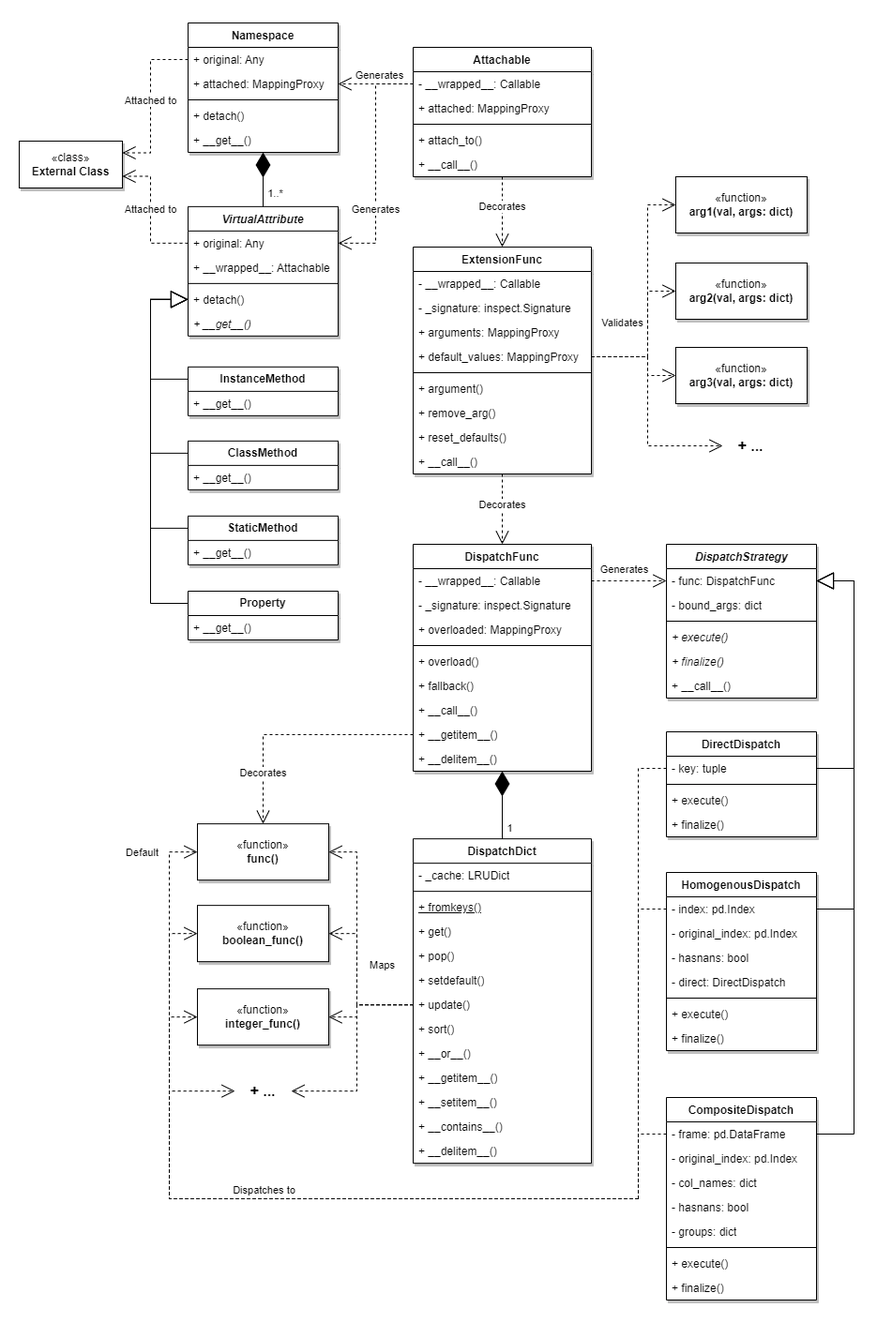
Earlier version of the draw.io export docs/source/images/decorators/Decorators_UML.png (eerkela/bertrand). Source tidied: cells renumbered, new cells last; positions are measured from the earlier drawing's top-left corner, leaving out a move shared by most shapes.
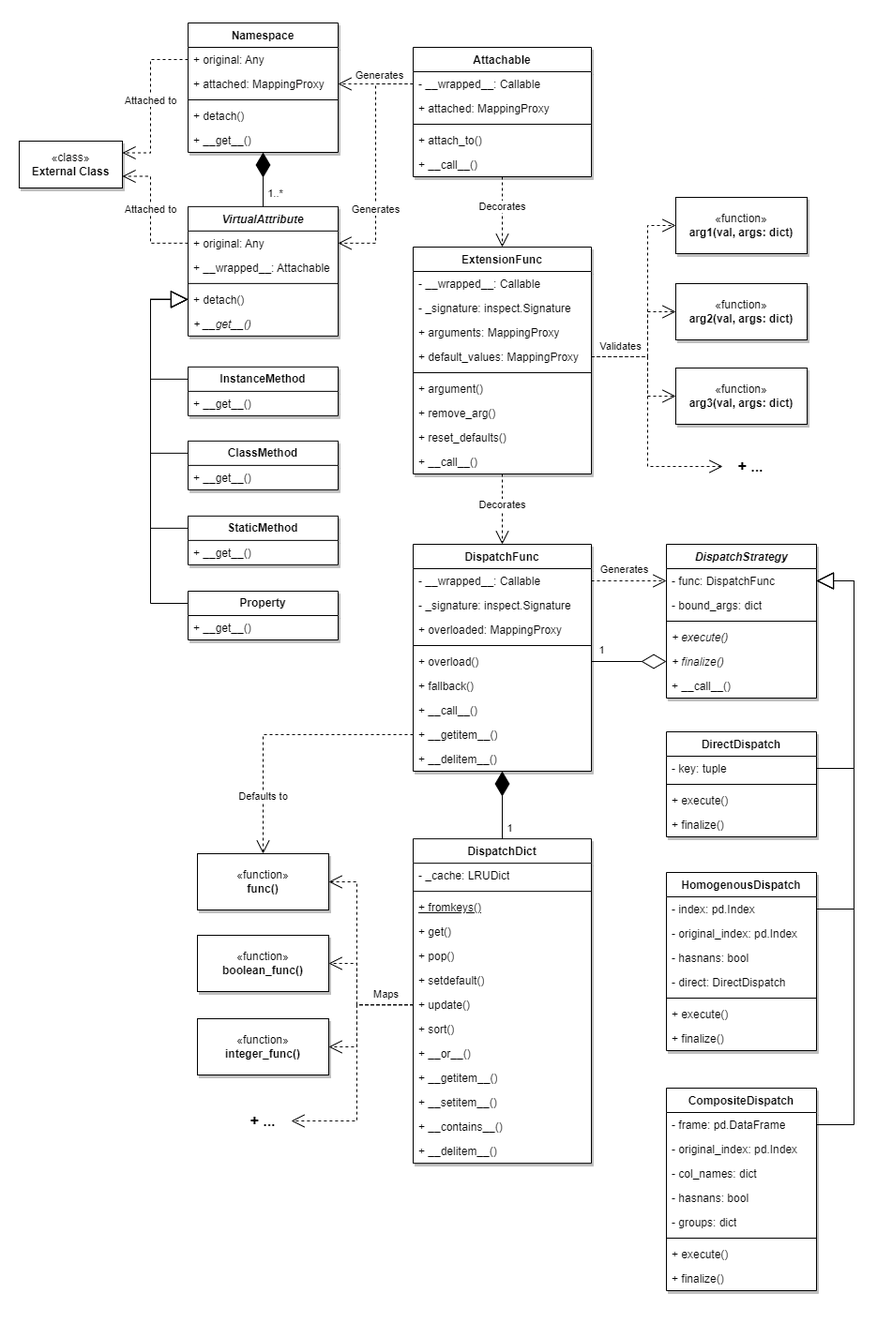
After the change.

What changed in the source:
```diff
@@ -37,16 +37,16 @@
       <mxGeometry y="216" width="190" height="26" as="geometry" />
     </mxCell>
     <mxCell id="14" value="«function»&lt;br&gt;&lt;b&gt;func()&lt;/b&gt;" style="html=1;whiteSpace=wrap;shadow=1;" parent="3" vertex="1">
-      <mxGeometry x="210" y="878.1" width="140" height="60" as="geometry" />
+      <mxGeometry x="210" y="910" width="140" height="60" as="geometry" />
     </mxCell>
     <mxCell id="15" value="«function»&lt;br&gt;&lt;b&gt;boolean_&lt;/b&gt;&lt;b style=&quot;border-color: var(--border-color);&quot;&gt;func&lt;/b&gt;&lt;b&gt;()&lt;/b&gt;" style="html=1;whiteSpace=wrap;shadow=1;" parent="3" vertex="1">
-      <mxGeometry x="210" y="965.1" width="140" height="60" as="geometry" />
+      <mxGeometry x="210" y="997" width="140" height="60" as="geometry" />
     </mxCell>
     <mxCell id="16" value="«function»&lt;br&gt;&lt;b&gt;integer_func()&lt;/b&gt;" style="html=1;whiteSpace=wrap;shadow=1;" parent="3" vertex="1">
-      <mxGeometry x="210" y="1054.1" width="140" height="60" as="geometry" />
+      <mxGeometry x="210" y="1086" width="140" height="60" as="geometry" />
     </mxCell>
     <mxCell id="17" value="&lt;font style=&quot;font-size: 16px;&quot;&gt;&lt;b&gt;+ ...&lt;/b&gt;&lt;/font&gt;" style="text;html=1;strokeColor=none;fillColor=none;align=center;verticalAlign=middle;whiteSpace=wrap;rounded=0;" parent="3" vertex="1">
-      <mxGeometry x="250" y="1148.1" width="60" height="30" as="geometry" />
+      <mxGeometry x="250" y="1180" width="60" height="30" as="geometry" />
     </mxCell>
     <mxCell id="18" style="endArrow=open;endSize=12;dashed=1;html=1;rounded=0;entryX=1;entryY=0.5;entryDx=0;entryDy=0;exitX=0;exitY=0.5;exitDx=0;exitDy=0;edgeStyle=elbowEdgeStyle;" parent="3" edge="1" source="30" target="15">
       <mxGeometry x="0.56" y="-20" relative="1" as="geometry">
@@ -166,7 +166,7 @@
       <mxGeometry y="164" width="160" height="26" as="geometry" />
     </mxCell>
     <mxCell id="50" value="CompositeDispatch" style="swimlane;fontStyle=1;align=center;verticalAlign=top;horizontal=1;startSize=26;whiteSpace=wrap;html=1;swimlaneFillColor=default;shadow=1;" parent="3" vertex="1">
-      <mxGeometry x="710" y="1170" width="160" height="216" as="geometry" />
+      <mxGeometry x="710" y="1160" width="160" height="216" as="geometry" />
     </mxCell>
     <mxCell id="51" value="- frame: pd.DataFrame" style="text;strokeColor=none;fillColor=none;align=left;verticalAlign=top;spacingLeft=4;spacingRight=4;overflow=hidden;points=[[0,0.5],[1,0.5]];portConstraint=eastwest;whiteSpace=wrap;html=1;" parent="50" vertex="1">
       <mxGeometry y="26" width="160" height="26" as="geometry" />
@@ -232,91 +232,13 @@
         <mxPoint x="8" y="10" as="offset" />
       </mxGeometry>
     </mxCell>
-    <mxCell id="66" style="endArrow=none;endSize=12;dashed=1;html=1;rounded=0;exitX=0;exitY=0.5;exitDx=0;exitDy=0;edgeStyle=elbowEdgeStyle;endFill=0;" parent="3" edge="1" source="38">
-      <mxGeometry x="-0.39" relative="1" as="geometry">
-        <mxPoint x="680" y="1280" as="targetPoint" />
-        <Array as="points">
-          <mxPoint x="680" y="1050" />
-          <mxPoint x="690" y="1110.1" />
-          <mxPoint x="380" y="1350.1" />
-          <mxPoint x="520" y="1350.1" />
-        </Array>
-      </mxGeometry>
-    </mxCell>
-    <mxCell id="67" style="endArrow=none;endSize=12;dashed=1;html=1;rounded=0;exitX=0;exitY=0.5;exitDx=0;exitDy=0;edgeStyle=elbowEdgeStyle;endFill=0;" parent="3" edge="1" source="43">
-      <mxGeometry x="-0.39" relative="1" as="geometry">
-        <mxPoint x="680" y="1280" as="targetPoint" />
-        <Array as="points">
-          <mxPoint x="680" y="1160" />
-          <mxPoint x="700" y="1120.1" />
-          <mxPoint x="390" y="1360.1" />
-          <mxPoint x="530" y="1360.1" />
-        </Array>
-      </mxGeometry>
-    </mxCell>
-    <mxCell id="68" style="endArrow=none;endSize=12;dashed=1;html=1;rounded=0;exitX=0;exitY=0.5;exitDx=0;exitDy=0;edgeStyle=elbowEdgeStyle;endFill=0;" parent="3" edge="1" source="51">
-      <mxGeometry x="-0.39" relative="1" as="geometry">
-        <mxPoint x="680" y="1280" as="targetPoint" />
-        <Array as="points">
-          <mxPoint x="680" y="1250" />
-          <mxPoint x="710" y="1130.1" />
-          <mxPoint x="400" y="1370.1" />
-          <mxPoint x="540" y="1370.1" />
-        </Array>
-      </mxGeometry>
-    </mxCell>
-    <mxCell id="69" style="endArrow=open;endSize=12;dashed=1;html=1;rounded=0;entryX=0;entryY=0.5;entryDx=0;entryDy=0;edgeStyle=elbowEdgeStyle;" parent="3" edge="1" target="16">
-      <mxGeometry x="0.92" y="-40" relative="1" as="geometry">
-        <mxPoint x="680" y="1278" as="sourcePoint" />
-        <Array as="points">
-          <mxPoint x="180" y="1178.1" />
-        </Array>
-        <mxPoint x="-40" y="-40" as="offset" />
-      </mxGeometry>
-    </mxCell>
-    <mxCell id="70" value="Dispatches to" style="edgeLabel;html=1;align=center;verticalAlign=middle;" parent="69" vertex="1">
-      <mxGeometry x="0.96" y="-1" relative="1" as="geometry">
-        <mxPoint x="85" y="183" as="offset" />
-      </mxGeometry>
-    </mxCell>
-    <mxCell id="71" value="Decorates" style="endArrow=open;endSize=12;dashed=1;html=1;rounded=0;entryX=0.5;entryY=0;entryDx=0;entryDy=0;exitX=0;exitY=0.5;exitDx=0;exitDy=0;edgeStyle=elbowEdgeStyle;" parent="3" edge="1" source="12" target="14">
+    <mxCell id="71" value="Defaults to" style="endArrow=open;endSize=12;dashed=1;html=1;rounded=0;entryX=0.5;entryY=0;entryDx=0;entryDy=0;exitX=0;exitY=0.5;exitDx=0;exitDy=0;edgeStyle=elbowEdgeStyle;" parent="3" edge="1" source="12" target="14">
       <mxGeometry x="0.58" relative="1" as="geometry">
         <Array as="points">
           <mxPoint x="280" y="790.1" />
         </Array>
       </mxGeometry>
     </mxCell>
-    <mxCell id="72" style="endArrow=open;endSize=12;dashed=1;html=1;rounded=0;entryX=0;entryY=0.5;entryDx=0;entryDy=0;edgeStyle=elbowEdgeStyle;" parent="3" edge="1" target="15">
-      <mxGeometry x="0.91" y="-40" relative="1" as="geometry">
-        <mxPoint x="680" y="1278" as="sourcePoint" />
-        <Array as="points">
-          <mxPoint x="180" y="1138.1" />
-        </Array>
-        <mxPoint x="-80" y="-1" as="offset" />
-      </mxGeometry>
-    </mxCell>
-    <mxCell id="73" style="endArrow=open;endSize=12;dashed=1;html=1;rounded=0;entryX=0;entryY=0.5;entryDx=0;entryDy=0;edgeStyle=elbowEdgeStyle;" parent="3" edge="1" target="14">
-      <mxGeometry x="0.93" y="-40" relative="1" as="geometry">
-        <mxPoint x="680" y="1278" as="sourcePoint" />
-        <Array as="points">
-          <mxPoint x="180" y="1098.1" />
-        </Array>
-        <mxPoint x="-40" y="-40" as="offset" />
-      </mxGeometry>
-    </mxCell>
-    <mxCell id="74" value="Default" style="edgeLabel;html=1;align=center;verticalAlign=middle;" parent="73" vertex="1">
-      <mxGeometry x="0.97" y="1" relative="1" as="geometry">
-        <mxPoint x="-44" y="1" as="offset" />
-      </mxGeometry>
-    </mxCell>
-    <mxCell id="75" style="endArrow=open;endSize=12;dashed=1;html=1;rounded=0;entryX=0;entryY=0.5;entryDx=0;entryDy=0;edgeStyle=elbowEdgeStyle;" parent="3" edge="1" target="17">
-      <mxGeometry x="0.86" relative="1" as="geometry">
-        <mxPoint x="680" y="1278" as="sourcePoint" />
-        <Array as="points">
-          <mxPoint x="180" y="1218.1" />
-        </Array>
-      </mxGeometry>
-    </mxCell>
     <mxCell id="76" value="Decorates" style="endArrow=open;endSize=12;dashed=1;html=1;rounded=0;entryX=0.5;entryY=0;entryDx=0;entryDy=0;" parent="3" edge="1" source="87" target="4">
       <mxGeometry x="-0.12" relative="1" as="geometry" />
     </mxCell>
@@ -341,12 +263,20 @@
     <mxCell id="83" value="+ __call__()" style="text;strokeColor=none;fillColor=none;align=left;verticalAlign=top;spacingLeft=4;spacingRight=4;overflow=hidden;whiteSpace=wrap;html=1;" parent="77" vertex="1">
       <mxGeometry y="138" width="160" height="26" as="geometry" />
     </mxCell>
+    <mxCell id="145" style="endArrow=diamondThin;endFill=0;endSize=24;html=1;rounded=0;entryX=0;entryY=0.5;entryDx=0;entryDy=0;exitX=1;exitY=0.5;exitDx=0;exitDy=0;" parent="3" edge="1" source="9" target="82">
+      <mxGeometry relative="1" as="geometry" />
+    </mxCell>
+    <mxCell id="146" value="1" style="edgeLabel;html=1;align=center;verticalAlign=middle;" parent="145" vertex="1">
+      <mxGeometry x="-0.35" y="1" relative="1" as="geometry">
+        <mxPoint x="-16" y="-12" as="offset" />
+      </mxGeometry>
+    </mxCell>
     <mxCell id="84" value="@extension_func" parent="0" />
     <mxCell id="85" value="«function»&lt;br&gt;&lt;b&gt;arg3(val, args: dict)&lt;/b&gt;" style="html=1;whiteSpace=wrap;shadow=1;" parent="84" vertex="1">
-      <mxGeometry x="720" y="370" width="140" height="60" as="geometry" />
+      <mxGeometry x="720" y="392" width="140" height="60" as="geometry" />
     </mxCell>
     <mxCell id="86" value="«function»&lt;br&gt;&lt;b&gt;arg2(val, args: dict)&lt;/b&gt;" style="html=1;whiteSpace=wrap;shadow=1;" parent="84" vertex="1">
-      <mxGeometry x="720" y="280" width="140" height="60" as="geometry" />
+      <mxGeometry x="720" y="302" width="140" height="60" as="geometry" />
     </mxCell>
     <mxCell id="87" value="ExtensionFunc" style="swimlane;fontStyle=1;align=center;verticalAlign=top;horizontal=1;startSize=26;whiteSpace=wrap;html=1;swimlaneFillColor=default;shadow=1;" parent="84" vertex="1">
       <mxGeometry x="440" y="263" width="190" height="242" as="geometry" />
@@ -379,7 +309,7 @@
       <mxGeometry y="216" width="190" height="26" as="geometry" />
     </mxCell>
     <mxCell id="97" value="«function»&lt;br&gt;&lt;b&gt;arg1(val, args: dict)&lt;/b&gt;" style="html=1;whiteSpace=wrap;shadow=1;" parent="84" vertex="1">
-      <mxGeometry x="720" y="188" width="140" height="60" as="geometry" />
+      <mxGeometry x="720" y="210" width="140" height="60" as="geometry" />
     </mxCell>
     <mxCell id="98" style="endArrow=open;endSize=12;dashed=1;html=1;rounded=0;exitX=1;exitY=0.5;exitDx=0;exitDy=0;entryX=0;entryY=0.5;entryDx=0;entryDy=0;edgeStyle=elbowEdgeStyle;" parent="84" edge="1" source="91" target="97">
       <mxGeometry x="0.4" relative="1" as="geometry">
@@ -404,11 +334,11 @@
     </mxCell>
     <mxCell id="101" value="Validates" style="edgeLabel;html=1;align=center;verticalAlign=middle;" parent="100" vertex="1">
       <mxGeometry x="0.5" y="1" relative="1" as="geometry">
-        <mxPoint x="-31" y="-56" as="offset" />
+        <mxPoint x="-31" y="-51" as="offset" />
       </mxGeometry>
     </mxCell>
     <mxCell id="102" value="&lt;font style=&quot;font-size: 16px;&quot;&gt;&lt;b&gt;+ ...&lt;/b&gt;&lt;/font&gt;" style="text;html=1;strokeColor=none;fillColor=none;align=center;verticalAlign=middle;whiteSpace=wrap;rounded=0;" parent="84" vertex="1">
-      <mxGeometry x="770" y="460" width="60" height="30" as="geometry" />
+      <mxGeometry x="770" y="482" width="60" height="30" as="geometry" />
     </mxCell>
     <mxCell id="103" style="endArrow=open;endSize=12;dashed=1;html=1;rounded=0;exitX=1;exitY=0.5;exitDx=0;exitDy=0;edgeStyle=elbowEdgeStyle;entryX=0;entryY=0.5;entryDx=0;entryDy=0;" parent="84" edge="1" source="91" target="102">
       <mxGeometry x="0.4" relative="1" as="geometry">
```
